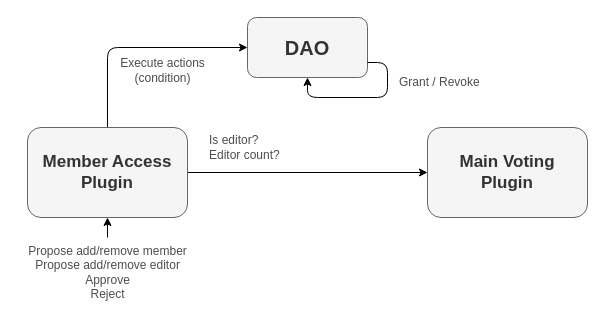
Earlier version of the draw.io diagram page "Standard 3" (5 of 6) of img/Geo Diagrams.drawio (aragon/geo-browser-contracts). Source tidied: cells renumbered, new cells numbered last; positions are measured from the earlier drawing's top-left corner, leaving out a move shared by most shapes. Both pictures are drawn from the tidied source at 100%, with x=0, y=0 at pixel (17, 17).
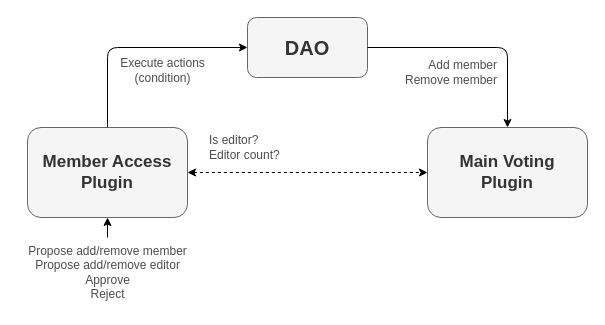
The same diagram, later.

Commit message (it also covers changes not shown here):
Adapting the docs and diagrams

Change to the diagram source:
```diff
@@
 <mxGraphModel background="#ffffff">
   <root>
     <mxCell id="0" />
     <mxCell id="1" parent="0" />
     <mxCell id="2" value="&lt;font style=&quot;font-size: 20px;&quot;&gt;&lt;b&gt;DAO&lt;/b&gt;&lt;/font&gt;" style="rounded=1;whiteSpace=wrap;html=1;fillColor=#f5f5f5;fontColor=#333333;strokeColor=#666666;" parent="1" vertex="1">
       <mxGeometry x="230" width="120" height="60" as="geometry" />
     </mxCell>
     <mxCell id="3" style="edgeStyle=orthogonalEdgeStyle;rounded=1;jettySize=auto;html=1;exitX=0.5;exitY=0;exitDx=0;exitDy=0;entryX=0;entryY=0.5;entryDx=0;entryDy=0;" parent="1" edge="1" source="5" target="2">
       <mxGeometry relative="1" as="geometry" />
     </mxCell>
-    <mxCell id="4" style="edgeStyle=orthogonalEdgeStyle;rounded=0;jettySize=auto;html=1;exitX=1;exitY=0.5;exitDx=0;exitDy=0;entryX=0;entryY=0.5;entryDx=0;entryDy=0;" parent="1" edge="1" source="5" target="6">
+    <mxCell id="4" style="edgeStyle=orthogonalEdgeStyle;rounded=0;jettySize=auto;html=1;exitX=1;exitY=0.5;exitDx=0;exitDy=0;entryX=0;entryY=0.5;entryDx=0;entryDy=0;startArrow=classic;startFill=1;dashed=1;" parent="1" edge="1" source="5" target="6">
       <mxGeometry relative="1" as="geometry" />
     </mxCell>
     <mxCell id="5" value="&lt;font size=&quot;1&quot; style=&quot;&quot;&gt;&lt;b style=&quot;font-size: 17px;&quot;&gt;Member Access Plugin&lt;br&gt;&lt;/b&gt;&lt;/font&gt;" style="rounded=1;whiteSpace=wrap;html=1;fillColor=#f5f5f5;fontColor=#333333;strokeColor=#666666;" parent="1" vertex="1">
       <mxGeometry x="10" y="110" width="160" height="90" as="geometry" />
     </mxCell>
     <mxCell id="6" value="&lt;font size=&quot;1&quot; style=&quot;&quot;&gt;&lt;b style=&quot;font-size: 17px;&quot;&gt;Main Voting &lt;br&gt;Plugin&lt;br&gt;&lt;/b&gt;&lt;/font&gt;" style="rounded=1;whiteSpace=wrap;html=1;fillColor=#f5f5f5;fontColor=#333333;strokeColor=#666666;" parent="1" vertex="1">
       <mxGeometry x="410" y="110" width="160" height="90" as="geometry" />
     </mxCell>
     <mxCell id="7" style="edgeStyle=orthogonalEdgeStyle;rounded=1;jettySize=auto;html=1;entryX=0.5;entryY=1;entryDx=0;entryDy=0;" parent="1" edge="1" source="8" target="5">
       <mxGeometry relative="1" as="geometry" />
     </mxCell>
     <mxCell id="8" value="Propose add/remove member&lt;br&gt;Propose add/remove editor&lt;br&gt;Approve&lt;br&gt;Reject" style="text;html=1;align=center;verticalAlign=middle;points=[];strokeColor=none;fillColor=none;fontColor=#4d4d4d;" parent="1" vertex="1">
       <mxGeometry y="220" width="180" height="70" as="geometry" />
     </mxCell>
     <mxCell id="9" value="Execute actions&lt;br&gt;(condition)" style="text;html=1;align=center;verticalAlign=middle;strokeColor=none;fillColor=none;fontColor=#4d4d4d;" parent="1" vertex="1">
       <mxGeometry x="90" y="33" width="110" height="40" as="geometry" />
     </mxCell>
     <mxCell id="10" value="Is editor?&lt;br&gt;Editor count?" style="text;html=1;align=left;verticalAlign=middle;strokeColor=none;fillColor=none;fontColor=#4d4d4d;" parent="1" vertex="1">
       <mxGeometry x="190" y="110" width="90" height="40" as="geometry" />
     </mxCell>
-    <mxCell id="11" value="Grant / Revoke" style="text;html=1;align=left;verticalAlign=middle;strokeColor=none;fillColor=none;fontColor=#4d4d4d;" parent="1" vertex="1">
-      <mxGeometry x="380" y="50" width="100" height="30" as="geometry" />
+    <mxCell id="11" value="Add member&lt;br&gt;Remove member" style="text;html=1;align=right;verticalAlign=middle;strokeColor=none;fillColor=none;fontColor=#4d4d4d;" parent="1" vertex="1">
+      <mxGeometry x="361" y="35" width="120" height="40" as="geometry" />
     </mxCell>
-    <mxCell id="12" style="edgeStyle=orthogonalEdgeStyle;rounded=1;orthogonalLoop=1;jettySize=auto;html=1;exitX=1;exitY=0.75;exitDx=0;exitDy=0;entryX=0.5;entryY=1;entryDx=0;entryDy=0;curved=0;" parent="1" edge="1" source="2" target="2">
+    <mxCell id="12" style="edgeStyle=orthogonalEdgeStyle;rounded=1;jettySize=auto;html=1;exitX=1;exitY=0.5;exitDx=0;exitDy=0;entryX=0.5;entryY=0;entryDx=0;entryDy=0;curved=0;" parent="1" edge="1" source="2" target="6">
       <mxGeometry relative="1" as="geometry" />
     </mxCell>
   </root>
 </mxGraphModel>
```
